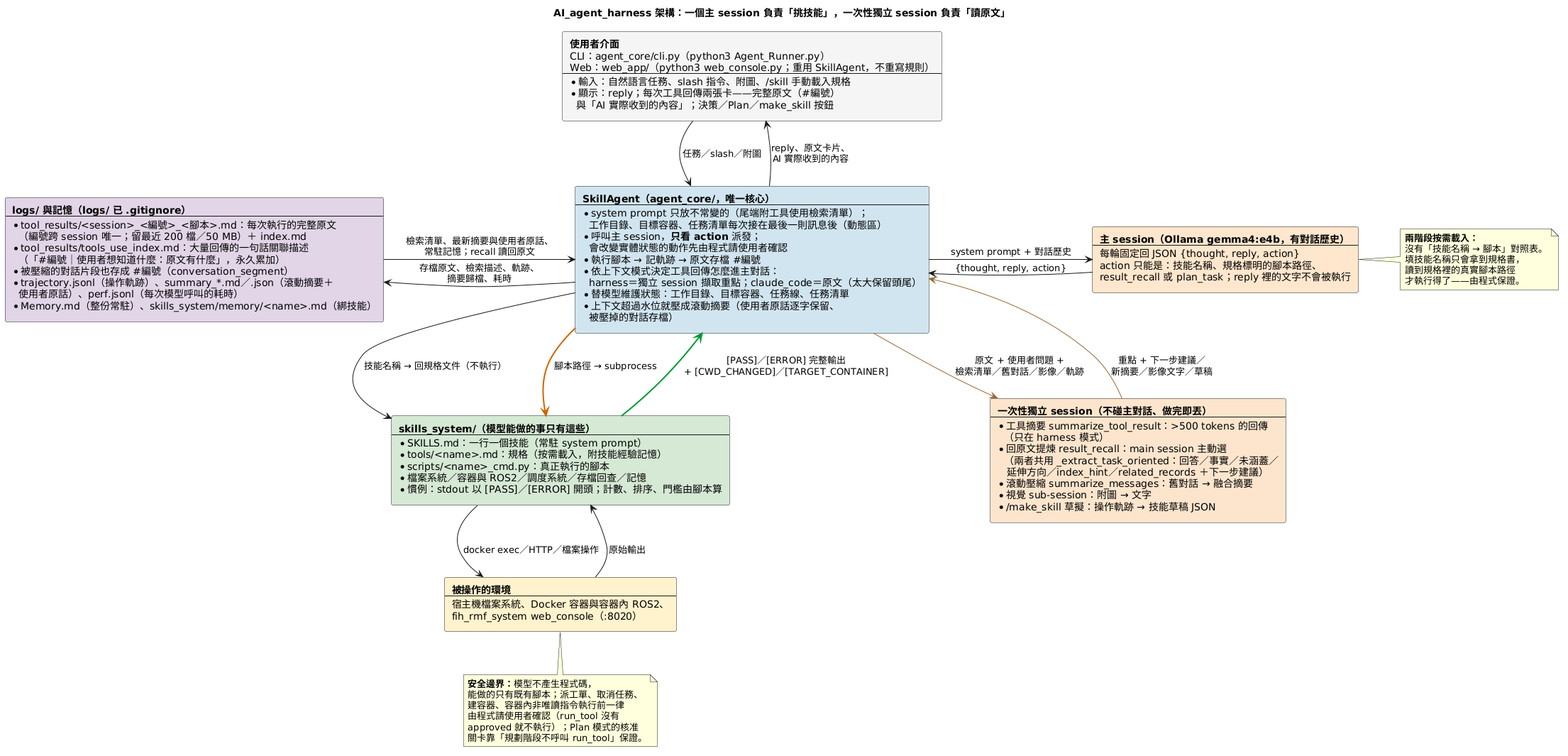
Above: doc/images/AI_agent_harness的說明.png in DavidZox/AI_agent_harness (PlantUML), before the change.
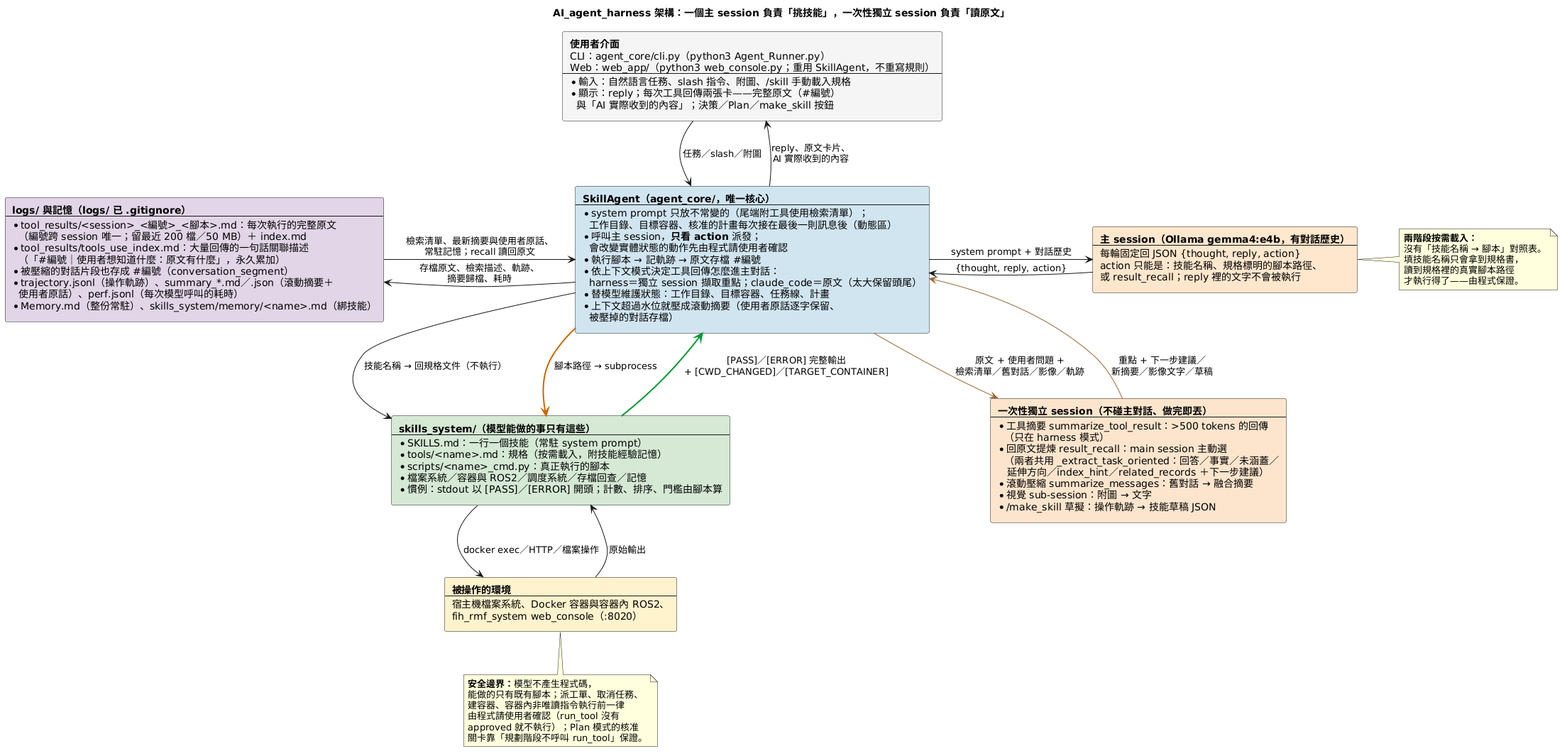
Later version of the same file.

The edit, as a diff of the source:
```diff
@@ -21,13 +21,13 @@
   **SkillAgent（agent_core/，唯一核心）**
   ----
   * system prompt 只放不常變的（尾端附工具使用檢索清單）；
-    工作目錄、目標容器、任務清單每次接在最後一則訊息後（動態區）
+    工作目錄、目標容器、核准的計畫每次接在最後一則訊息後（動態區）
   * 呼叫主 session，**只看 action** 派發；
     會改變實體狀態的動作先由程式請使用者確認
   * 執行腳本 → 記軌跡 → 原文存檔 #編號
   * 依上下文模式決定工具回傳怎麼進主對話：
     harness＝獨立 session 擷取重點；claude_code＝原文（太大保留頭尾）
-  * 替模型維護狀態：工作目錄、目標容器、任務線、任務清單
+  * 替模型維護狀態：工作目錄、目標容器、任務線、計畫
   * 上下文超過水位就壓成滾動摘要（使用者原話逐字保留、
     被壓掉的對話存檔）
 ]
@@ -37,7 +37,7 @@
   ----
   每輪固定回 JSON {thought, reply, action}
   action 只能是：技能名稱、規格標明的腳本路徑、
-  result_recall 或 plan_task；reply 裡的文字不會被執行
+  或 result_recall；reply 裡的文字不會被執行
 ]
 
 rectangle NodeSub #FCE5CD [
```
